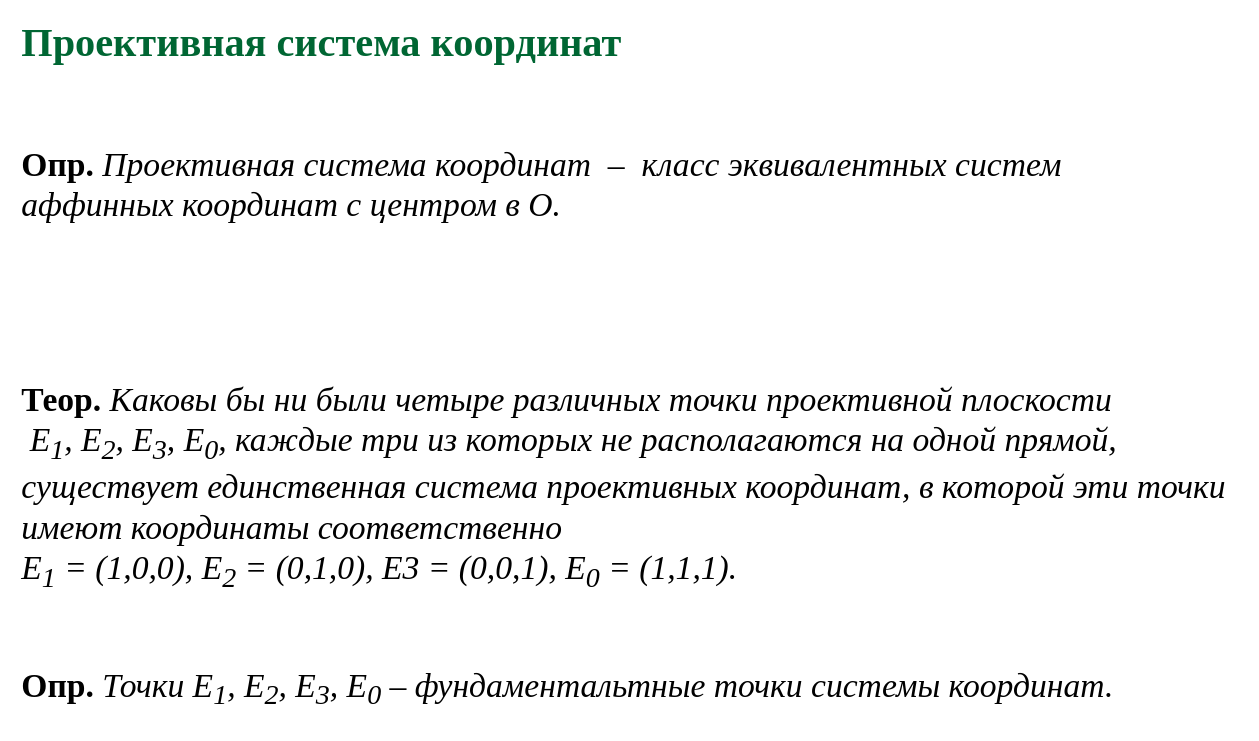
The draw.io diagram page "p12" (16 of 30) of slides/proj_plane.drawio in amcp-pit/geom_course, before the edit. Source tidied: cells renumbered, new cells numbered last; positions are measured from the earlier drawing's top-left corner, leaving out a move shared by most shapes. Both pictures are drawn from the tidied source at 112%, with x=0, y=0 at pixel (19, 31).
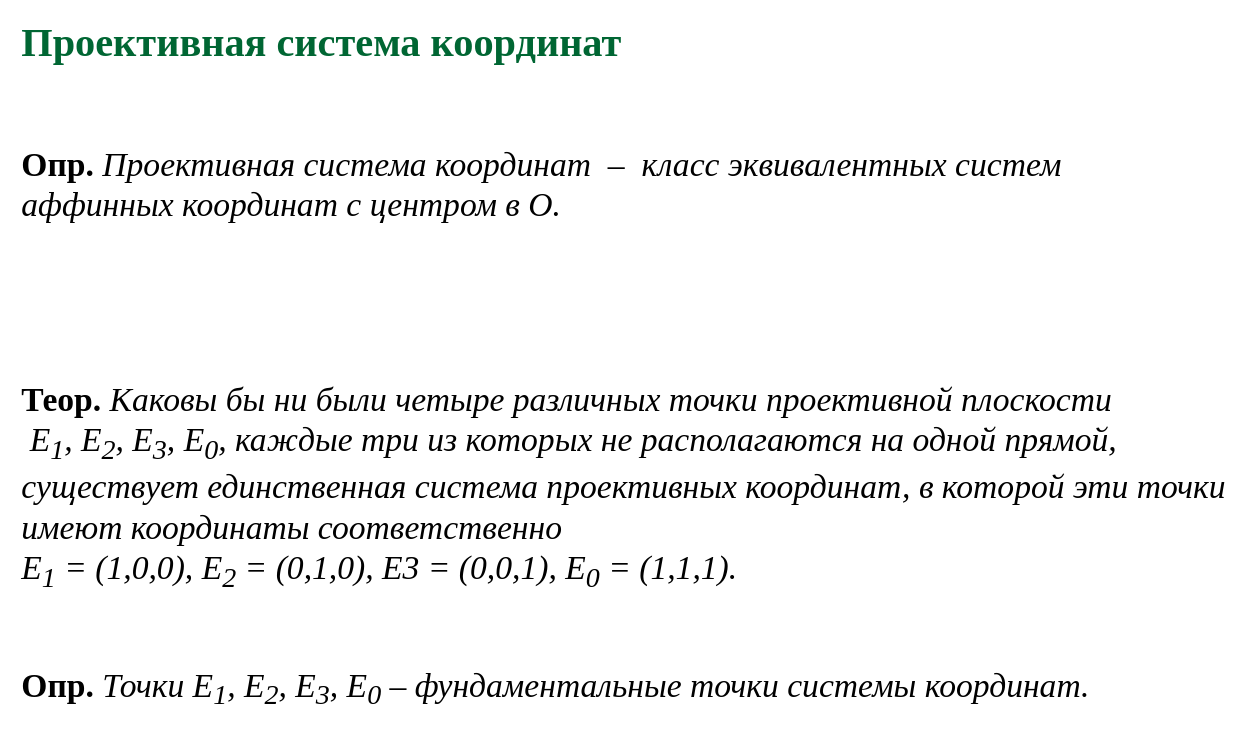
Above is the later version.

Change to the diagram source:
```diff
@@
 <mxGraphModel>
   <root>
     <mxCell id="0" />
     <mxCell id="1" parent="0" />
     <mxCell id="2" value="&lt;font color=&quot;#006633&quot; face=&quot;garamond&quot;&gt;&lt;span style=&quot;font-size: 36px&quot;&gt;&lt;b&gt;Проективная система координат&lt;/b&gt;&lt;/span&gt;&lt;/font&gt;" style="text;html=1;align=left;verticalAlign=middle;whiteSpace=wrap;rounded=0;" parent="1" vertex="1">
       <mxGeometry width="920" height="20" as="geometry" />
     </mxCell>
     <mxCell id="3" value="&lt;div style=&quot;text-align: justify ; font-size: 30px&quot;&gt;&lt;font style=&quot;font-size: 30px&quot;&gt;&lt;b style=&quot;font-family: &amp;#34;times new roman&amp;#34;&quot;&gt;Теор.&lt;/b&gt;&lt;font face=&quot;times new roman&quot;&gt;&amp;nbsp;&lt;/font&gt;&lt;i&gt;&lt;font face=&quot;Times New Roman&quot;&gt;Каковы бы ни были четыре различных точки проективной плоскости&lt;br&gt;&lt;/font&gt;&lt;font face=&quot;times new roman&quot;&gt;&amp;nbsp;Е&lt;/font&gt;&lt;sub style=&quot;font-family: &amp;#34;times new roman&amp;#34;&quot;&gt;1&lt;/sub&gt;&lt;font face=&quot;times new roman&quot;&gt;, Е&lt;/font&gt;&lt;sub style=&quot;font-family: &amp;#34;times new roman&amp;#34;&quot;&gt;2&lt;/sub&gt;&lt;font face=&quot;times new roman&quot;&gt;, E&lt;sub&gt;3&lt;/sub&gt;, Е&lt;/font&gt;&lt;sub style=&quot;font-family: &amp;#34;times new roman&amp;#34;&quot;&gt;0&lt;/sub&gt;&lt;font face=&quot;times new roman&quot;&gt;, каждые три из которых не располагаются на одной прямой,&lt;/font&gt;&lt;/i&gt;&lt;/font&gt;&lt;/div&gt;&lt;div style=&quot;text-align: justify ; font-size: 30px&quot;&gt;&lt;span style=&quot;font-family: &amp;#34;times new roman&amp;#34;&quot;&gt;&lt;font style=&quot;font-size: 30px&quot;&gt;&lt;i&gt;существует единственная система проективных координат, в которой эти точки&lt;/i&gt;&lt;/font&gt;&lt;/span&gt;&lt;/div&gt;&lt;div style=&quot;text-align: justify ; font-size: 30px&quot;&gt;&lt;span style=&quot;font-family: &amp;#34;times new roman&amp;#34;&quot;&gt;&lt;font style=&quot;font-size: 30px&quot;&gt;&lt;i&gt;имеют координаты соответственно&amp;nbsp;&lt;/i&gt;&lt;/font&gt;&lt;/span&gt;&lt;/div&gt;&lt;div style=&quot;text-align: justify ; font-size: 30px&quot;&gt;&lt;span style=&quot;font-family: &amp;#34;times new roman&amp;#34;&quot;&gt;&lt;font style=&quot;font-size: 30px&quot;&gt;&lt;i&gt;Е&lt;sub&gt;1&lt;/sub&gt; = (1,0,0), Е&lt;sub&gt;2&lt;/sub&gt; = (0,1,0), E3 = (0,0,1), E&lt;sub&gt;0&lt;/sub&gt; = (1,1,1).&lt;/i&gt;&lt;/font&gt;&lt;/span&gt;&lt;/div&gt;" style="text;html=1;align=left;verticalAlign=middle;" parent="1" vertex="1">
       <mxGeometry y="361" width="1090" height="90" as="geometry" />
     </mxCell>
     <mxCell id="4" value="&lt;div style=&quot;text-align: justify ; font-size: 30px&quot;&gt;&lt;span style=&quot;font-family: &amp;#34;times new roman&amp;#34;&quot;&gt;&lt;font style=&quot;font-size: 30px&quot;&gt;&lt;b&gt;Опр.&lt;/b&gt;&amp;nbsp;&lt;i&gt;Проективная система координат&amp;nbsp;&amp;nbsp;&lt;/i&gt;&lt;/font&gt;&lt;/span&gt;&lt;i style=&quot;font-family: &amp;#34;times new roman&amp;#34;&quot;&gt;–&amp;nbsp;&lt;/i&gt;&lt;i style=&quot;font-family: &amp;#34;times new roman&amp;#34;&quot;&gt;&amp;nbsp;класс эквивалентных систем&lt;/i&gt;&lt;/div&gt;&lt;div style=&quot;text-align: justify ; font-size: 30px&quot;&gt;&lt;i style=&quot;font-family: &amp;#34;times new roman&amp;#34;&quot;&gt;аффинных координат с центром в О.&amp;nbsp;&lt;/i&gt;&lt;/div&gt;" style="text;html=1;align=left;verticalAlign=middle;" parent="1" vertex="1">
       <mxGeometry y="121" width="940" height="30" as="geometry" />
     </mxCell>
-    <mxCell id="5" value="&lt;div style=&quot;text-align: justify ; font-size: 30px&quot;&gt;&lt;span style=&quot;font-family: &amp;#34;times new roman&amp;#34;&quot;&gt;&lt;font style=&quot;font-size: 30px&quot;&gt;&lt;b&gt;Опр.&lt;/b&gt;&amp;nbsp;&lt;i&gt;Точки E&lt;sub&gt;1&lt;/sub&gt;, Е&lt;sub&gt;2&lt;/sub&gt;, Е&lt;sub&gt;3&lt;/sub&gt;, Е&lt;sub&gt;0&lt;/sub&gt;&amp;nbsp;&lt;/i&gt;&lt;/font&gt;&lt;/span&gt;&lt;i style=&quot;font-family: &amp;#34;times new roman&amp;#34;&quot;&gt;– фундаментальтные точки системы координат&lt;/i&gt;&lt;i style=&quot;font-family: &amp;#34;times new roman&amp;#34;&quot;&gt;.&amp;nbsp;&lt;/i&gt;&lt;/div&gt;" style="text;html=1;align=left;verticalAlign=middle;" parent="1" vertex="1">
-      <mxGeometry y="571" width="1000" height="30" as="geometry" />
+    <mxCell id="5" value="&lt;div style=&quot;text-align: justify ; font-size: 30px&quot;&gt;&lt;span style=&quot;font-family: &amp;quot;times new roman&amp;quot;&quot;&gt;&lt;font style=&quot;font-size: 30px&quot;&gt;&lt;b&gt;Опр.&lt;/b&gt;&amp;nbsp;&lt;i&gt;Точки E&lt;sub&gt;1&lt;/sub&gt;, Е&lt;sub&gt;2&lt;/sub&gt;, Е&lt;sub&gt;3&lt;/sub&gt;, Е&lt;sub&gt;0&lt;/sub&gt;&amp;nbsp;&lt;/i&gt;&lt;/font&gt;&lt;/span&gt;&lt;i style=&quot;font-family: &amp;quot;times new roman&amp;quot;&quot;&gt;– фундаментальные точки системы координат&lt;/i&gt;&lt;i style=&quot;font-family: &amp;quot;times new roman&amp;quot;&quot;&gt;.&amp;nbsp;&lt;/i&gt;&lt;/div&gt;" style="text;html=1;align=left;verticalAlign=middle;" parent="1" vertex="1">
+      <mxGeometry y="556" width="980" height="60" as="geometry" />
     </mxCell>
   </root>
 </mxGraphModel>
```
